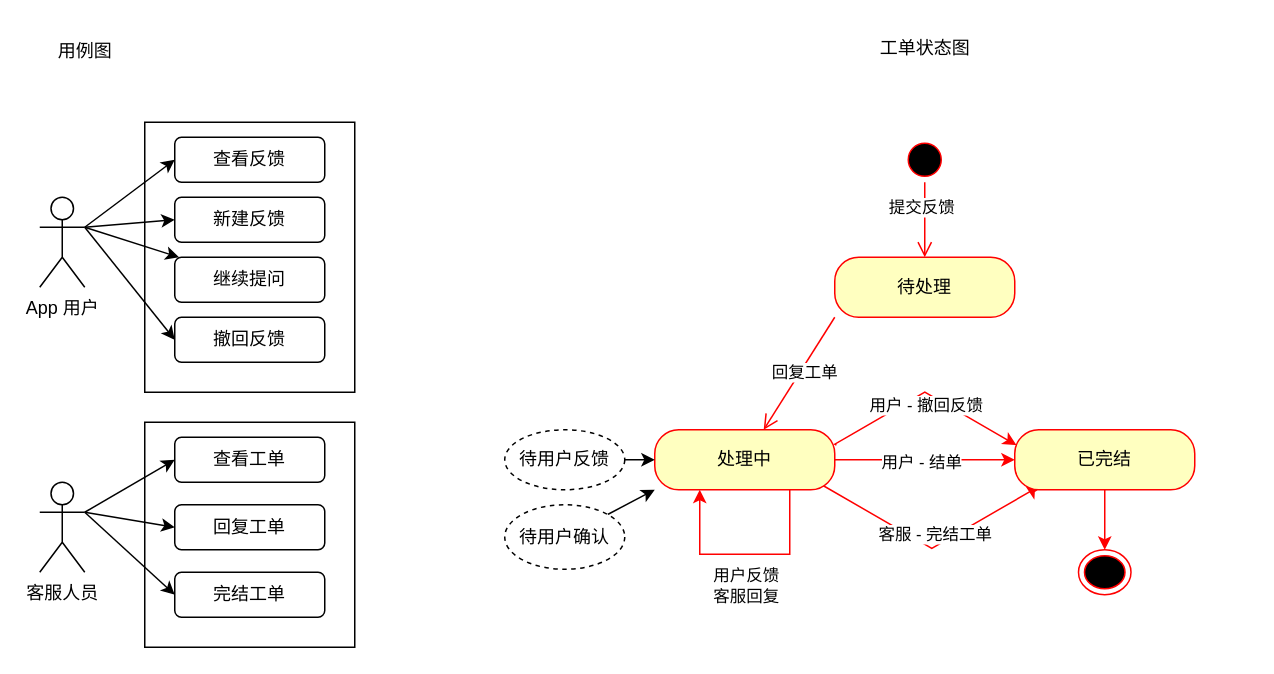
The draw.io diagram Cube3.0.drawio in Sidamor/drawio, before the edit. Source tidied: cells renumbered, new cells numbered last; positions are measured from the earlier drawing's top-left corner, leaving out a move shared by most shapes. Both pictures are drawn from the tidied source at 150%, with x=0, y=0 at pixel (39, 26).
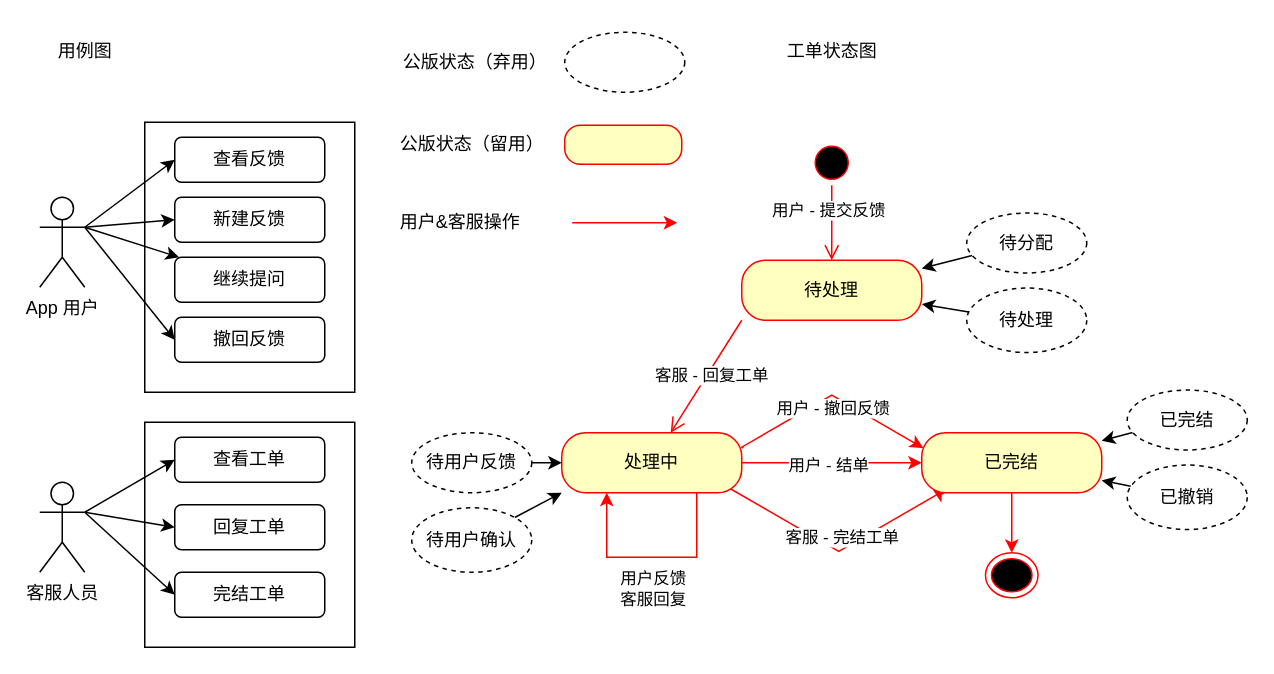
Above is the later version.

The change refers to these unchanged cells:
```xml
<mxCell id="25" style="html=1;verticalAlign=bottom;endArrow=open;endSize=8;strokeColor=#ff0000;rounded=0;exitX=0;exitY=1;exitDx=0;exitDy=0;" parent="1" edge="1" source="24" target="35">
  <mxGeometry relative="1" as="geometry" />
</mxCell>
```

Diff of the diagram source:
```diff
@@
     <mxCell id="20" style="ellipse;html=1;shape=endState;fillColor=#000000;strokeColor=#ff0000;" parent="1" vertex="1">
-      <mxGeometry x="692.5" y="349" width="35" height="30" as="geometry" />
+      <mxGeometry x="630.5" y="351" width="35" height="30" as="geometry" />
     </mxCell>
     <mxCell id="21" style="ellipse;html=1;shape=startState;fillColor=#000000;strokeColor=#ff0000;" parent="1" vertex="1">
-      <mxGeometry x="575" y="74" width="30" height="30" as="geometry" />
+      <mxGeometry x="513" y="76" width="30" height="30" as="geometry" />
     </mxCell>
     <mxCell id="22" style="edgeStyle=orthogonalEdgeStyle;html=1;verticalAlign=bottom;endArrow=open;endSize=8;strokeColor=#ff0000;rounded=0;" parent="1" edge="1" source="21">
       <mxGeometry relative="1" as="geometry">
-        <mxPoint x="590" y="154" as="targetPoint" />
+        <mxPoint x="528" y="156" as="targetPoint" />
       </mxGeometry>
     </mxCell>
-    <mxCell id="23" value="提交反馈" style="edgeLabel;html=1;align=center;verticalAlign=middle;" parent="22" vertex="1">
+    <mxCell id="23" value="用户 - 提交反馈" style="edgeLabel;html=1;align=center;verticalAlign=middle;" parent="22" vertex="1">
       <mxGeometry x="-0.37" y="-3" relative="1" as="geometry" />
     </mxCell>
     <mxCell id="24" value="待处理" style="rounded=1;whiteSpace=wrap;html=1;arcSize=40;fontColor=#000000;fillColor=#ffffc0;strokeColor=#ff0000;" parent="1" vertex="1">
-      <mxGeometry x="530" y="154" width="120" height="40" as="geometry" />
+      <mxGeometry x="468" y="156" width="120" height="40" as="geometry" />
     </mxCell>
@@
-    <mxCell id="26" value="回复工单" style="edgeLabel;html=1;align=center;verticalAlign=middle;" parent="25" vertex="1">
+    <mxCell id="26" value="客服 - 回复工单" style="edgeLabel;html=1;align=center;verticalAlign=middle;" parent="25" vertex="1">
       <mxGeometry x="-0.05" y="2" relative="1" as="geometry" />
     </mxCell>
@@
     <mxCell id="28" value="工单状态图" style="text;html=1;align=center;verticalAlign=middle;strokeColor=none;fillColor=none;" parent="1" vertex="1">
-      <mxGeometry x="550" width="80" height="30" as="geometry" />
+      <mxGeometry x="488" y="2" width="80" height="30" as="geometry" />
     </mxCell>
     <mxCell id="29" style="edgeStyle=isometricEdgeStyle;rounded=0;orthogonalLoop=1;jettySize=auto;html=1;exitX=0.9;exitY=0.075;exitDx=0;exitDy=0;fillColor=#f8cecc;strokeColor=#FF0000;entryX=0.058;entryY=0.15;entryDx=0;entryDy=0;entryPerimeter=0;exitPerimeter=0;elbow=vertical;" parent="1" edge="1">
       <mxGeometry relative="1" as="geometry">
-        <mxPoint x="518.4" y="304" as="sourcePoint" />
-        <mxPoint x="657.4" y="307" as="targetPoint" />
+        <mxPoint x="456.4" y="306" as="sourcePoint" />
+        <mxPoint x="595.4" y="309" as="targetPoint" />
         <Array as="points">
-          <mxPoint x="597.9" y="346.2" />
+          <mxPoint x="535.9" y="348.2" />
         </Array>
       </mxGeometry>
     </mxCell>
@@
     <mxCell id="31" style="edgeStyle=isometricEdgeStyle;rounded=0;orthogonalLoop=1;jettySize=auto;html=1;exitX=1;exitY=0;exitDx=0;exitDy=0;entryX=0;entryY=0;entryDx=0;entryDy=0;elbow=vertical;strokeColor=#FF0000;" parent="1" edge="1">
       <mxGeometry relative="1" as="geometry">
-        <mxPoint x="531.1" y="279.2" as="sourcePoint" />
-        <mxPoint x="651.1" y="279.2" as="targetPoint" />
+        <mxPoint x="469.1" y="281.2" as="sourcePoint" />
+        <mxPoint x="589.1" y="281.2" as="targetPoint" />
         <Array as="points">
-          <mxPoint x="541.1" y="272.2" />
+          <mxPoint x="479.1" y="274.2" />
         </Array>
       </mxGeometry>
     </mxCell>
@@
     <mxCell id="35" value="处理中" style="rounded=1;whiteSpace=wrap;html=1;arcSize=40;fontColor=#000000;fillColor=#ffffc0;strokeColor=#ff0000;" parent="1" vertex="1">
-      <mxGeometry x="410" y="269" width="120" height="40" as="geometry" />
+      <mxGeometry x="348" y="271" width="120" height="40" as="geometry" />
     </mxCell>
@@
     <mxCell id="37" value="已完结" style="rounded=1;whiteSpace=wrap;html=1;arcSize=40;fontColor=#000000;fillColor=#ffffc0;strokeColor=#ff0000;" parent="1" vertex="1">
-      <mxGeometry x="650" y="269" width="120" height="40" as="geometry" />
+      <mxGeometry x="588" y="271" width="120" height="40" as="geometry" />
     </mxCell>
@@
     <mxCell id="39" value="待用户确认" style="ellipse;whiteSpace=wrap;html=1;dashed=1;" parent="1" vertex="1">
-      <mxGeometry x="310" y="319" width="80" height="43" as="geometry" />
+      <mxGeometry x="248" y="321" width="80" height="43" as="geometry" />
     </mxCell>
@@
     <mxCell id="41" value="待用户反馈" style="ellipse;whiteSpace=wrap;html=1;dashed=1;" parent="1" vertex="1">
-      <mxGeometry x="310" y="269" width="80" height="40" as="geometry" />
+      <mxGeometry x="248" y="271" width="80" height="40" as="geometry" />
     </mxCell>
     <mxCell id="42" style="edgeStyle=orthogonalEdgeStyle;rounded=0;orthogonalLoop=1;jettySize=auto;html=1;exitX=0.75;exitY=1;exitDx=0;exitDy=0;entryX=0.25;entryY=1;entryDx=0;entryDy=0;strokeColor=#FF0000;" parent="1" edge="1" source="35" target="35">
       <mxGeometry relative="1" as="geometry">
         <Array as="points">
-          <mxPoint x="500" y="352" />
-          <mxPoint x="440" y="352" />
+          <mxPoint x="438" y="354" />
+          <mxPoint x="378" y="354" />
         </Array>
       </mxGeometry>
     </mxCell>
@@
+    <mxCell id="44" style="rounded=0;jettySize=auto;html=1;" parent="1" edge="1" source="45" target="24">
+      <mxGeometry relative="1" as="geometry" />
+    </mxCell>
+    <mxCell id="45" value="待处理" style="ellipse;whiteSpace=wrap;html=1;dashed=1;" parent="1" vertex="1">
+      <mxGeometry x="618" y="174.5" width="80" height="43" as="geometry" />
+    </mxCell>
+    <mxCell id="46" style="rounded=0;jettySize=auto;html=1;" parent="1" edge="1" source="47" target="24">
+      <mxGeometry relative="1" as="geometry" />
+    </mxCell>
+    <mxCell id="47" value="待分配" style="ellipse;whiteSpace=wrap;html=1;dashed=1;" parent="1" vertex="1">
+      <mxGeometry x="618" y="124.5" width="80" height="40" as="geometry" />
+    </mxCell>
+    <mxCell id="48" style="rounded=0;jettySize=auto;html=1;" parent="1" edge="1" source="49" target="37">
+      <mxGeometry relative="1" as="geometry" />
+    </mxCell>
+    <mxCell id="49" value="已撤销" style="ellipse;whiteSpace=wrap;html=1;dashed=1;" parent="1" vertex="1">
+      <mxGeometry x="725" y="292.5" width="80" height="43" as="geometry" />
+    </mxCell>
+    <mxCell id="50" style="rounded=0;jettySize=auto;html=1;" parent="1" edge="1" source="51" target="37">
+      <mxGeometry relative="1" as="geometry" />
+    </mxCell>
+    <mxCell id="51" value="已完结" style="ellipse;whiteSpace=wrap;html=1;dashed=1;" parent="1" vertex="1">
+      <mxGeometry x="725" y="242.5" width="80" height="40" as="geometry" />
+    </mxCell>
+    <mxCell id="52" style="ellipse;whiteSpace=wrap;html=1;dashed=1;" parent="1" vertex="1">
+      <mxGeometry x="350" y="4" width="80" height="40" as="geometry" />
+    </mxCell>
+    <mxCell id="53" style="rounded=1;whiteSpace=wrap;html=1;arcSize=40;fontColor=#000000;fillColor=#ffffc0;strokeColor=#ff0000;" parent="1" vertex="1">
+      <mxGeometry x="350" y="66" width="78" height="26" as="geometry" />
+    </mxCell>
+    <mxCell id="54" value="公版状态（弃用）" style="text;html=1;align=center;verticalAlign=middle;strokeColor=none;fillColor=none;" parent="1" vertex="1">
+      <mxGeometry x="230" y="9" width="120" height="30" as="geometry" />
+    </mxCell>
+    <mxCell id="55" value="公版状态（留用）" style="text;html=1;align=center;verticalAlign=middle;strokeColor=none;fillColor=none;" parent="1" vertex="1">
+      <mxGeometry x="228" y="64" width="120" height="30" as="geometry" />
+    </mxCell>
+    <mxCell id="56" style="endArrow=classic;html=1;rounded=0;strokeColor=#FF0000;" parent="1" edge="1">
+      <mxGeometry relative="1" as="geometry">
+        <mxPoint x="355" y="131" as="sourcePoint" />
+        <mxPoint x="425" y="131" as="targetPoint" />
+      </mxGeometry>
+    </mxCell>
+    <mxCell id="57" value="用户&amp;amp;客服操作" style="text;html=1;align=center;verticalAlign=middle;strokeColor=none;fillColor=none;" parent="1" vertex="1">
+      <mxGeometry x="230" y="116" width="100" height="30" as="geometry" />
+    </mxCell>
```
